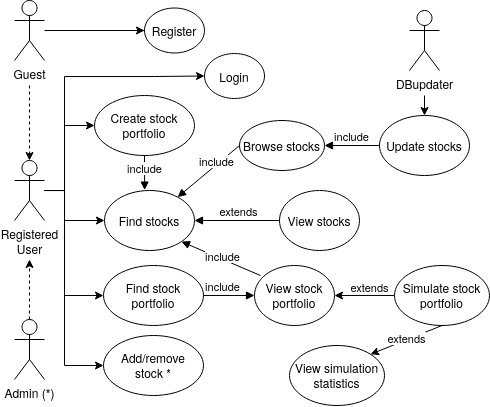
rambodrahmani/stocksim keeps this draw.io diagram as documentation/uml/stocksim_UML_diagram.png. Above is the earlier version. Source tidied: cells renumbered, new cells last; positions are measured from the earlier drawing's top-left corner, leaving out a move shared by most shapes.
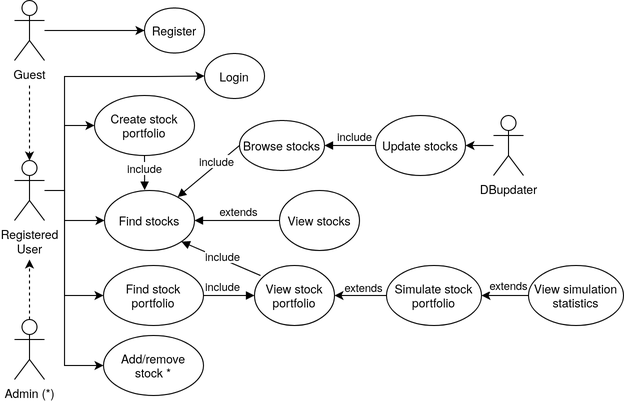
After the change.

What changed in the source:
```diff
@@ -89,13 +89,11 @@
     <mxCell id="20" value="&lt;div&gt;Add/remove&lt;/div&gt;&lt;div&gt;stock *&lt;br&gt;&lt;/div&gt;" style="ellipse;whiteSpace=wrap;html=1;" parent="1" vertex="1">
       <mxGeometry x="89" y="335" width="100" height="60" as="geometry" />
     </mxCell>
-    <mxCell id="21" style="edgeStyle=none;rounded=0;jettySize=auto;html=1;entryX=0.5;entryY=0;entryDx=0;entryDy=0;" parent="1" edge="1" target="25">
-      <mxGeometry relative="1" as="geometry">
-        <mxPoint x="410" y="95" as="sourcePoint" />
-      </mxGeometry>
-    </mxCell>
+    <mxCell id="37" style="edgeStyle=orthogonalEdgeStyle;rounded=0;jettySize=auto;html=1;" parent="1" edge="1" source="22" target="25">
+      <mxGeometry relative="1" as="geometry" />
+    </mxCell>
     <mxCell id="22" value="&lt;div&gt;DBupdater&lt;/div&gt;" style="shape=umlActor;verticalLabelPosition=bottom;verticalAlign=top;html=1;" parent="1" vertex="1">
-      <mxGeometry x="395" y="10" width="30" height="60" as="geometry" />
+      <mxGeometry x="479" y="115" width="30" height="60" as="geometry" />
     </mxCell>
     <mxCell id="23" value="Browse stocks" style="ellipse;whiteSpace=wrap;html=1;" parent="1" vertex="1">
       <mxGeometry x="225" y="120" width="85" height="50" as="geometry" />
@@ -104,10 +102,10 @@
       <mxGeometry x="-0.16" y="4" relative="1" as="geometry" />
     </mxCell>
     <mxCell id="25" value="Update stocks" style="ellipse;whiteSpace=wrap;html=1;" parent="1" vertex="1">
-      <mxGeometry x="365" y="115" width="90" height="60" as="geometry" />
+      <mxGeometry x="361" y="115" width="90" height="60" as="geometry" />
     </mxCell>
     <mxCell id="26" value="include" style="html=1;verticalAlign=bottom;endArrow=block;exitX=0;exitY=0.5;exitDx=0;exitDy=0;" parent="1" edge="1" source="25" target="23">
-      <mxGeometry relative="1" as="geometry" />
+      <mxGeometry x="-0.18" relative="1" as="geometry" />
     </mxCell>
     <mxCell id="27" style="edgeStyle=orthogonalEdgeStyle;rounded=0;jettySize=auto;html=1;entryX=0;entryY=0.5;entryDx=0;entryDy=0;" parent="1" edge="1" source="29" target="30">
       <mxGeometry relative="1" as="geometry">
@@ -137,18 +135,18 @@
       </mxGeometry>
     </mxCell>
     <mxCell id="33" value="Simulate stock portfolio" style="ellipse;whiteSpace=wrap;html=1;" parent="1" vertex="1">
-      <mxGeometry x="380" y="265" width="95" height="60" as="geometry" />
+      <mxGeometry x="372" y="265" width="95" height="60" as="geometry" />
     </mxCell>
-    <mxCell id="34" style="rounded=0;jettySize=auto;html=1;exitX=0.5;exitY=1;exitDx=0;exitDy=0;entryX=1;entryY=0;entryDx=0;entryDy=0;" parent="1" edge="1" source="33" target="36">
+    <mxCell id="34" style="rounded=0;jettySize=auto;html=1;entryX=1;entryY=0.5;entryDx=0;entryDy=0;exitX=0;exitY=0.5;exitDx=0;exitDy=0;" parent="1" edge="1" source="36" target="33">
       <mxGeometry relative="1" as="geometry" />
     </mxCell>
     <mxCell id="35" value="extends" style="edgeLabel;html=1;align=center;verticalAlign=middle;" parent="34" vertex="1">
       <mxGeometry x="-0.32" y="-1" relative="1" as="geometry">
-        <mxPoint x="-11" y="4" as="offset" />
+        <mxPoint x="-4.8" y="-9" as="offset" />
       </mxGeometry>
     </mxCell>
     <mxCell id="36" value="View simulation statistics" style="ellipse;whiteSpace=wrap;html=1;" parent="1" vertex="1">
-      <mxGeometry x="275" y="345" width="95" height="60" as="geometry" />
+      <mxGeometry x="514" y="265" width="95" height="60" as="geometry" />
     </mxCell>
   </root>
 </mxGraphModel>
```
